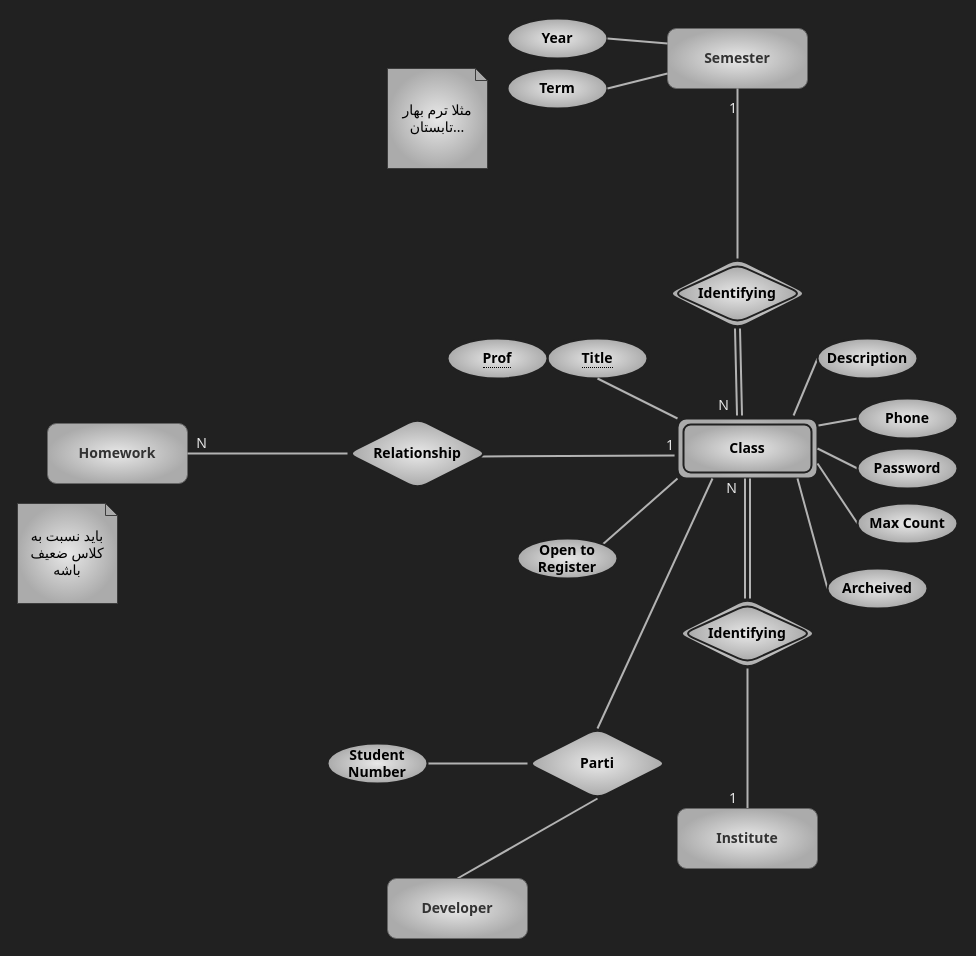
Before: page "education" (5 of 5) of er.drawio in kntu-db/quera-db, a draw.io diagram. Source tidied: cells renumbered, new cells numbered last; positions are measured from the earlier drawing's top-left corner, leaving out a move shared by most shapes. Both pictures are drawn from the tidied source at 100%, with x=0, y=0 at pixel (17, 18).
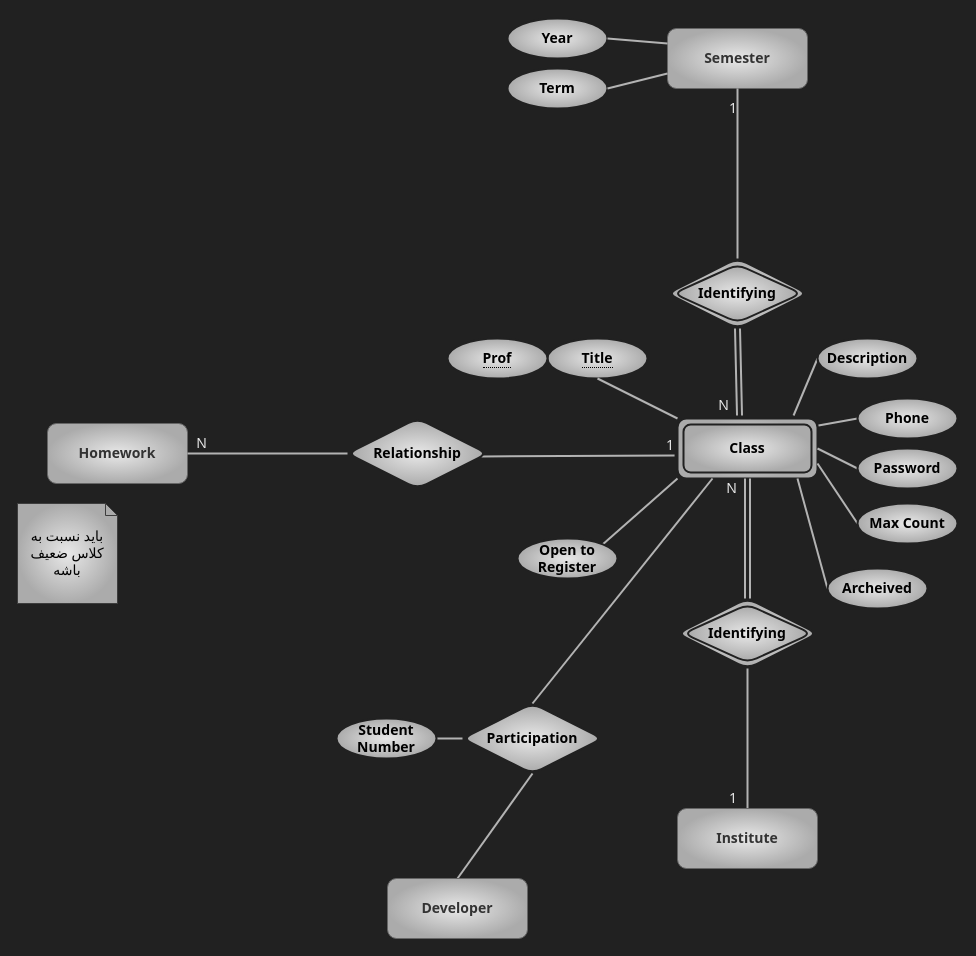
Above is the later version.

What changed in the source:
```diff
@@
-    <mxCell id="7" value="مثلا ترم بهار تابستان..." style="shape=note;size=12;whiteSpace=wrap;html=1;rounded=1;shadow=0;glass=0;labelBackgroundColor=none;labelBorderColor=none;fontFamily=Tahoma;fontSize=14;fontColor=#000000;strokeColor=#3D3D3D;strokeWidth=1;fillColor=#E8E8E8;gradientColor=#ABABAB;gradientDirection=radial;" parent="1" vertex="1">
-      <mxGeometry x="370" y="50" width="100" height="100" as="geometry" />
-    </mxCell>
@@
-    <mxCell id="31" value="Parti" style="shape=rhombus;perimeter=rhombusPerimeter;whiteSpace=wrap;html=1;align=center;rounded=1;labelBackgroundColor=none;fontFamily=Tahoma;fontSize=14;fontColor=#000000;strokeColor=#212121;strokeWidth=2;fillColor=#E8E8E8;gradientColor=#ABABAB;gradientDirection=radial;fontStyle=1;" parent="1" vertex="1">
-      <mxGeometry x="510" y="710" width="140" height="70" as="geometry" />
+    <mxCell id="31" value="Participation" style="shape=rhombus;perimeter=rhombusPerimeter;whiteSpace=wrap;html=1;align=center;rounded=1;labelBackgroundColor=none;fontFamily=Tahoma;fontSize=14;fontColor=#000000;strokeColor=#212121;strokeWidth=2;fillColor=#E8E8E8;gradientColor=#ABABAB;gradientDirection=radial;fontStyle=1;" parent="1" vertex="1">
+      <mxGeometry x="445" y="685" width="140" height="70" as="geometry" />
     </mxCell>
@@
     <mxCell id="35" value="Student Number" style="ellipse;whiteSpace=wrap;html=1;align=center;rounded=1;labelBackgroundColor=none;fontFamily=Tahoma;fontSize=14;fontColor=#000000;strokeColor=#212121;strokeWidth=2;fillColor=#E8E8E8;gradientColor=#ABABAB;gradientDirection=radial;fontStyle=1;" parent="1" vertex="1">
-      <mxGeometry x="310" y="725" width="100" height="40" as="geometry" />
+      <mxGeometry x="319" y="700" width="100" height="40" as="geometry" />
     </mxCell>
```
